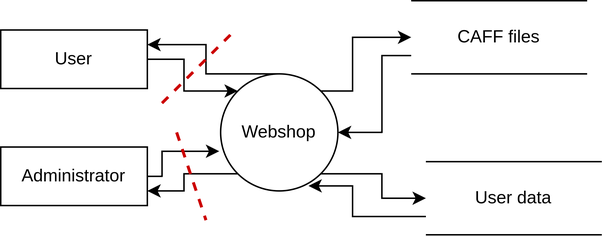
The draw.io diagram doc/img/system-context.png in AdamZsofi/thyme-compsec, before a commit. Source tidied: cells renumbered, new cells last; positions are measured from the earlier drawing's top-left corner, leaving out a move shared by most shapes. Source of this version:
```xml
<mxGraphModel>
  <root>
    <mxCell id="0" />
    <mxCell id="1" parent="0" />
    <mxCell id="2" style="edgeStyle=orthogonalEdgeStyle;rounded=0;jettySize=auto;html=1;exitX=1;exitY=0;exitDx=0;exitDy=0;entryX=0;entryY=0.5;entryDx=0;entryDy=0;" parent="1" edge="1" source="6" target="10">
      <mxGeometry relative="1" as="geometry">
        <Array as="points">
          <mxPoint x="240" y="62" />
          <mxPoint x="240" y="25" />
        </Array>
      </mxGeometry>
    </mxCell>
    <mxCell id="3" style="edgeStyle=orthogonalEdgeStyle;rounded=0;jettySize=auto;html=1;exitX=1;exitY=1;exitDx=0;exitDy=0;entryX=0;entryY=0.5;entryDx=0;entryDy=0;" parent="1" edge="1" source="6" target="16">
      <mxGeometry relative="1" as="geometry" />
    </mxCell>
    <mxCell id="4" style="edgeStyle=orthogonalEdgeStyle;rounded=0;jettySize=auto;html=1;exitX=0;exitY=1;exitDx=0;exitDy=0;entryX=1;entryY=0.75;entryDx=0;entryDy=0;" parent="1" edge="1" source="6" target="14">
      <mxGeometry relative="1" as="geometry" />
    </mxCell>
    <mxCell id="5" style="edgeStyle=orthogonalEdgeStyle;rounded=0;jettySize=auto;html=1;exitX=0.5;exitY=0;exitDx=0;exitDy=0;entryX=1;entryY=0.25;entryDx=0;entryDy=0;" parent="1" edge="1" source="6" target="8">
      <mxGeometry relative="1" as="geometry">
        <Array as="points">
          <mxPoint x="140" y="50" />
          <mxPoint x="140" y="30" />
        </Array>
      </mxGeometry>
    </mxCell>
    <mxCell id="6" value="Webshop" style="ellipse;whiteSpace=wrap;html=1;strokeWidth=1;" parent="1" vertex="1">
      <mxGeometry x="150" y="50" width="80" height="80" as="geometry" />
    </mxCell>
    <mxCell id="7" style="edgeStyle=orthogonalEdgeStyle;rounded=0;jettySize=auto;html=1;exitX=1;exitY=0.5;exitDx=0;exitDy=0;entryX=0;entryY=0;entryDx=0;entryDy=0;" parent="1" edge="1" source="8" target="6">
      <mxGeometry relative="1" as="geometry" />
    </mxCell>
    <mxCell id="8" value="User" style="rounded=0;whiteSpace=wrap;html=1;strokeWidth=1;" parent="1" vertex="1">
      <mxGeometry y="20" width="100" height="40" as="geometry" />
    </mxCell>
    <mxCell id="9" style="group;" parent="1" vertex="1">
      <mxGeometry x="280" width="120" height="50" as="geometry" />
    </mxCell>
    <mxCell id="10" value="CAFF files" style="rounded=0;whiteSpace=wrap;html=1;strokeWidth=1;strokeColor=none;" parent="9" vertex="1">
      <mxGeometry width="120" height="50" as="geometry" />
    </mxCell>
    <mxCell id="11" style="endArrow=none;html=1;rounded=0;entryX=0;entryY=0;entryDx=0;entryDy=0;exitX=1;exitY=0;exitDx=0;exitDy=0;" parent="9" edge="1" source="10" target="10">
      <mxGeometry relative="1" as="geometry" />
    </mxCell>
    <mxCell id="12" style="endArrow=none;html=1;rounded=0;entryX=1;entryY=1;entryDx=0;entryDy=0;exitX=0;exitY=1;exitDx=0;exitDy=0;" parent="9" edge="1" source="10" target="10">
      <mxGeometry relative="1" as="geometry" />
    </mxCell>
    <mxCell id="13" style="edgeStyle=orthogonalEdgeStyle;rounded=0;jettySize=auto;html=1;exitX=1;exitY=0.5;exitDx=0;exitDy=0;entryX=-0.012;entryY=0.661;entryDx=0;entryDy=0;entryPerimeter=0;" parent="1" edge="1" source="14" target="6">
      <mxGeometry relative="1" as="geometry">
        <Array as="points">
          <mxPoint x="110" y="120" />
          <mxPoint x="110" y="103" />
        </Array>
      </mxGeometry>
    </mxCell>
    <mxCell id="14" value="Administrator" style="rounded=0;whiteSpace=wrap;html=1;strokeWidth=1;" parent="1" vertex="1">
      <mxGeometry y="100" width="100" height="40" as="geometry" />
    </mxCell>
    <mxCell id="15" style="group;" parent="1" vertex="1">
      <mxGeometry x="290" y="110" width="120" height="50" as="geometry" />
    </mxCell>
    <mxCell id="16" value="User data" style="rounded=0;whiteSpace=wrap;html=1;strokeWidth=1;strokeColor=none;" parent="15" vertex="1">
      <mxGeometry width="120" height="50" as="geometry" />
    </mxCell>
    <mxCell id="17" style="endArrow=none;html=1;rounded=0;entryX=0;entryY=0;entryDx=0;entryDy=0;exitX=1;exitY=0;exitDx=0;exitDy=0;" parent="15" edge="1" source="16" target="16">
      <mxGeometry relative="1" as="geometry" />
    </mxCell>
    <mxCell id="18" style="endArrow=none;html=1;rounded=0;entryX=1;entryY=1;entryDx=0;entryDy=0;exitX=0;exitY=1;exitDx=0;exitDy=0;" parent="15" edge="1" source="16" target="16">
      <mxGeometry relative="1" as="geometry" />
    </mxCell>
    <mxCell id="19" style="edgeStyle=orthogonalEdgeStyle;rounded=0;jettySize=auto;html=1;exitX=0;exitY=0.75;exitDx=0;exitDy=0;entryX=1;entryY=0.5;entryDx=0;entryDy=0;" parent="1" edge="1" source="10" target="6">
      <mxGeometry relative="1" as="geometry">
        <Array as="points">
          <mxPoint x="260" y="38" />
          <mxPoint x="260" y="90" />
        </Array>
      </mxGeometry>
    </mxCell>
    <mxCell id="20" style="edgeStyle=orthogonalEdgeStyle;rounded=0;jettySize=auto;html=1;exitX=0;exitY=0.75;exitDx=0;exitDy=0;entryX=0.749;entryY=0.957;entryDx=0;entryDy=0;entryPerimeter=0;" parent="1" edge="1" source="16" target="6">
      <mxGeometry relative="1" as="geometry">
        <Array as="points">
          <mxPoint x="240" y="148" />
          <mxPoint x="240" y="127" />
        </Array>
      </mxGeometry>
    </mxCell>
    <mxCell id="21" style="endArrow=none;dashed=1;html=1;rounded=0;fillColor=#f8cecc;strokeColor=#CC0000;strokeWidth=2;jumpSize=3;" parent="1" edge="1">
      <mxGeometry relative="1" as="geometry">
        <mxPoint x="120" y="90" as="sourcePoint" />
        <mxPoint x="140" y="150" as="targetPoint" />
      </mxGeometry>
    </mxCell>
    <mxCell id="22" style="endArrow=none;dashed=1;html=1;rounded=0;fillColor=#f8cecc;strokeColor=#CC0000;strokeWidth=2;jumpSize=3;" parent="1" edge="1">
      <mxGeometry relative="1" as="geometry">
        <mxPoint x="110" y="70" as="sourcePoint" />
        <mxPoint x="160" y="20" as="targetPoint" />
      </mxGeometry>
    </mxCell>
  </root>
</mxGraphModel>
```
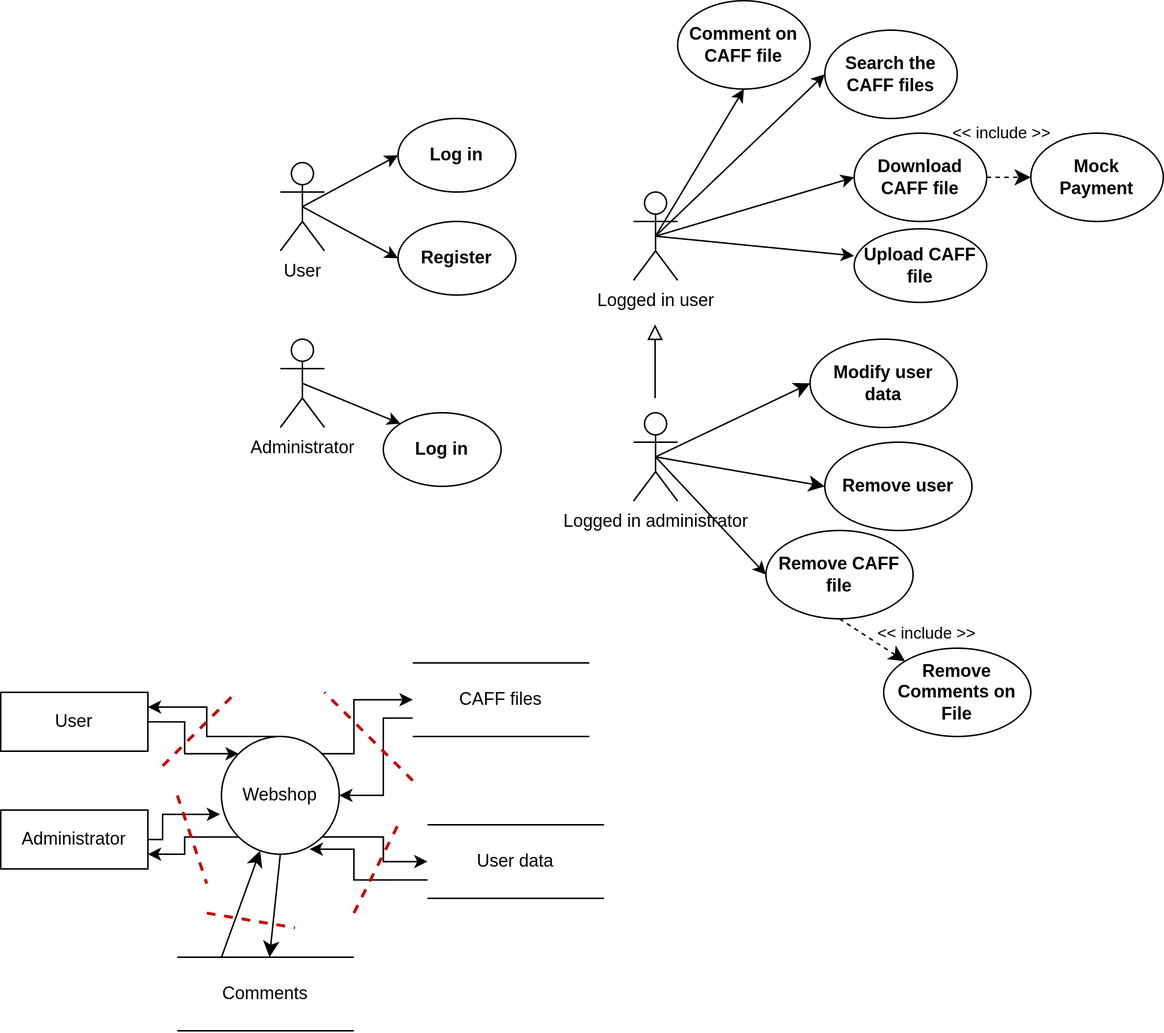
Above is the later version.

What changed in the source:
```diff
@@ -2,6 +2,27 @@
   <root>
     <mxCell id="0" />
     <mxCell id="1" parent="0" />
+    <mxCell id="23" style="rounded=0;jettySize=auto;html=1;exitX=0.5;exitY=0.5;exitDx=0;exitDy=0;exitPerimeter=0;entryX=0;entryY=0;entryDx=0;entryDy=0;" parent="1" edge="1" source="24" target="39">
+      <mxGeometry relative="1" as="geometry" />
+    </mxCell>
+    <mxCell id="24" value="Administrator" style="shape=umlActor;html=1;verticalLabelPosition=bottom;verticalAlign=top;align=center;" parent="1" vertex="1">
+      <mxGeometry x="190" y="-220" width="30" height="60" as="geometry" />
+    </mxCell>
+    <mxCell id="25" style="edgeStyle=none;rounded=0;jettySize=auto;html=1;exitX=0.5;exitY=0.5;exitDx=0;exitDy=0;exitPerimeter=0;entryX=0;entryY=0.5;entryDx=0;entryDy=0;" parent="1" edge="1" source="27" target="29">
+      <mxGeometry relative="1" as="geometry" />
+    </mxCell>
+    <mxCell id="26" style="edgeStyle=none;rounded=0;jettySize=auto;html=1;exitX=0.5;exitY=0.5;exitDx=0;exitDy=0;exitPerimeter=0;entryX=0;entryY=0.5;entryDx=0;entryDy=0;" parent="1" edge="1" source="27" target="28">
+      <mxGeometry relative="1" as="geometry" />
+    </mxCell>
+    <mxCell id="27" value="User" style="shape=umlActor;html=1;verticalLabelPosition=bottom;verticalAlign=top;align=center;" parent="1" vertex="1">
+      <mxGeometry x="190" y="-340" width="30" height="60" as="geometry" />
+    </mxCell>
+    <mxCell id="28" value="Register" style="shape=ellipse;html=1;strokeWidth=1;fontStyle=1;whiteSpace=wrap;align=center;perimeter=ellipsePerimeter;" parent="1" vertex="1">
+      <mxGeometry x="270" y="-300" width="80" height="50" as="geometry" />
+    </mxCell>
+    <mxCell id="29" value="Log in" style="shape=ellipse;html=1;strokeWidth=1;fontStyle=1;whiteSpace=wrap;align=center;perimeter=ellipsePerimeter;" parent="1" vertex="1">
+      <mxGeometry x="270" y="-370" width="80" height="50" as="geometry" />
+    </mxCell>
     <mxCell id="2" style="edgeStyle=orthogonalEdgeStyle;rounded=0;jettySize=auto;html=1;exitX=1;exitY=0;exitDx=0;exitDy=0;entryX=0;entryY=0.5;entryDx=0;entryDy=0;" parent="1" edge="1" source="6" target="10">
       <mxGeometry relative="1" as="geometry">
         <Array as="points">
@@ -24,6 +45,9 @@
         </Array>
       </mxGeometry>
     </mxCell>
+    <mxCell id="30" style="edgeStyle=none;rounded=0;jettySize=auto;html=1;exitX=0.5;exitY=1;exitDx=0;exitDy=0;strokeWidth=1;endArrow=classic;endFill=1;endSize=8;" parent="1" edge="1" source="6" target="62">
+      <mxGeometry relative="1" as="geometry" />
+    </mxCell>
     <mxCell id="6" value="Webshop" style="ellipse;whiteSpace=wrap;html=1;strokeWidth=1;" parent="1" vertex="1">
       <mxGeometry x="150" y="50" width="80" height="80" as="geometry" />
     </mxCell>
@@ -33,18 +57,18 @@
     <mxCell id="8" value="User" style="rounded=0;whiteSpace=wrap;html=1;strokeWidth=1;" parent="1" vertex="1">
       <mxGeometry y="20" width="100" height="40" as="geometry" />
     </mxCell>
-    <mxCell id="9" style="group;" parent="1" vertex="1">
-      <mxGeometry x="280" width="120" height="50" as="geometry" />
-    </mxCell>
+    <mxCell id="31" style="group;" parent="1" vertex="1">
+      <mxGeometry x="280" width="120" height="50" as="geometry" />
+    </mxCell>
-    <mxCell id="10" value="CAFF files" style="rounded=0;whiteSpace=wrap;html=1;strokeWidth=1;strokeColor=none;" parent="9" vertex="1">
+    <mxCell id="10" value="CAFF files" style="rounded=0;whiteSpace=wrap;html=1;strokeWidth=1;strokeColor=none;" parent="31" vertex="1">
       <mxGeometry width="120" height="50" as="geometry" />
     </mxCell>
-    <mxCell id="11" style="endArrow=none;html=1;rounded=0;entryX=0;entryY=0;entryDx=0;entryDy=0;exitX=1;exitY=0;exitDx=0;exitDy=0;" parent="9" edge="1" source="10" target="10">
-      <mxGeometry relative="1" as="geometry" />
-    </mxCell>
-    <mxCell id="12" style="endArrow=none;html=1;rounded=0;entryX=1;entryY=1;entryDx=0;entryDy=0;exitX=0;exitY=1;exitDx=0;exitDy=0;" parent="9" edge="1" source="10" target="10">
-      <mxGeometry relative="1" as="geometry" />
-    </mxCell>
+    <mxCell id="32" style="endArrow=none;html=1;rounded=0;entryX=0;entryY=0;entryDx=0;entryDy=0;exitX=1;exitY=0;exitDx=0;exitDy=0;" parent="31" edge="1" source="10" target="10">
+      <mxGeometry relative="1" as="geometry" />
+    </mxCell>
+    <mxCell id="33" style="endArrow=none;html=1;rounded=0;entryX=1;entryY=1;entryDx=0;entryDy=0;exitX=0;exitY=1;exitDx=0;exitDy=0;" parent="31" edge="1" source="10" target="10">
+      <mxGeometry relative="1" as="geometry" />
+    </mxCell>
     <mxCell id="13" style="edgeStyle=orthogonalEdgeStyle;rounded=0;jettySize=auto;html=1;exitX=1;exitY=0.5;exitDx=0;exitDy=0;entryX=-0.012;entryY=0.661;entryDx=0;entryDy=0;entryPerimeter=0;" parent="1" edge="1" source="14" target="6">
       <mxGeometry relative="1" as="geometry">
         <Array as="points">
@@ -56,18 +80,18 @@
     <mxCell id="14" value="Administrator" style="rounded=0;whiteSpace=wrap;html=1;strokeWidth=1;" parent="1" vertex="1">
       <mxGeometry y="100" width="100" height="40" as="geometry" />
     </mxCell>
-    <mxCell id="15" style="group;" parent="1" vertex="1">
-      <mxGeometry x="290" y="110" width="120" height="50" as="geometry" />
-    </mxCell>
+    <mxCell id="34" style="group;" parent="1" vertex="1">
+      <mxGeometry x="290" y="110" width="120" height="50" as="geometry" />
+    </mxCell>
-    <mxCell id="16" value="User data" style="rounded=0;whiteSpace=wrap;html=1;strokeWidth=1;strokeColor=none;" parent="15" vertex="1">
+    <mxCell id="16" value="User data" style="rounded=0;whiteSpace=wrap;html=1;strokeWidth=1;strokeColor=none;" parent="34" vertex="1">
       <mxGeometry width="120" height="50" as="geometry" />
     </mxCell>
-    <mxCell id="17" style="endArrow=none;html=1;rounded=0;entryX=0;entryY=0;entryDx=0;entryDy=0;exitX=1;exitY=0;exitDx=0;exitDy=0;" parent="15" edge="1" source="16" target="16">
-      <mxGeometry relative="1" as="geometry" />
-    </mxCell>
-    <mxCell id="18" style="endArrow=none;html=1;rounded=0;entryX=1;entryY=1;entryDx=0;entryDy=0;exitX=0;exitY=1;exitDx=0;exitDy=0;" parent="15" edge="1" source="16" target="16">
-      <mxGeometry relative="1" as="geometry" />
-    </mxCell>
+    <mxCell id="35" style="endArrow=none;html=1;rounded=0;entryX=0;entryY=0;entryDx=0;entryDy=0;exitX=1;exitY=0;exitDx=0;exitDy=0;" parent="34" edge="1" source="16" target="16">
+      <mxGeometry relative="1" as="geometry" />
+    </mxCell>
+    <mxCell id="36" style="endArrow=none;html=1;rounded=0;entryX=1;entryY=1;entryDx=0;entryDy=0;exitX=0;exitY=1;exitDx=0;exitDy=0;" parent="34" edge="1" source="16" target="16">
+      <mxGeometry relative="1" as="geometry" />
+    </mxCell>
     <mxCell id="19" style="edgeStyle=orthogonalEdgeStyle;rounded=0;jettySize=auto;html=1;exitX=0;exitY=0.75;exitDx=0;exitDy=0;entryX=1;entryY=0.5;entryDx=0;entryDy=0;" parent="1" edge="1" source="10" target="6">
       <mxGeometry relative="1" as="geometry">
         <Array as="points">
@@ -84,17 +108,121 @@
         </Array>
       </mxGeometry>
     </mxCell>
-    <mxCell id="21" style="endArrow=none;dashed=1;html=1;rounded=0;fillColor=#f8cecc;strokeColor=#CC0000;strokeWidth=2;jumpSize=3;" parent="1" edge="1">
-      <mxGeometry relative="1" as="geometry">
-        <mxPoint x="120" y="90" as="sourcePoint" />
-        <mxPoint x="140" y="150" as="targetPoint" />
-      </mxGeometry>
-    </mxCell>
-    <mxCell id="22" style="endArrow=none;dashed=1;html=1;rounded=0;fillColor=#f8cecc;strokeColor=#CC0000;strokeWidth=2;jumpSize=3;" parent="1" edge="1">
-      <mxGeometry relative="1" as="geometry">
-        <mxPoint x="110" y="70" as="sourcePoint" />
-        <mxPoint x="160" y="20" as="targetPoint" />
-      </mxGeometry>
-    </mxCell>
+    <mxCell id="37" style="endArrow=none;dashed=1;html=1;rounded=0;fillColor=#f8cecc;strokeColor=#CC0000;strokeWidth=2;jumpSize=3;" parent="1" edge="1">
+      <mxGeometry relative="1" as="geometry">
+        <mxPoint x="120" y="90" as="sourcePoint" />
+        <mxPoint x="140" y="150" as="targetPoint" />
+      </mxGeometry>
+    </mxCell>
+    <mxCell id="38" style="endArrow=none;dashed=1;html=1;rounded=0;fillColor=#f8cecc;strokeColor=#CC0000;strokeWidth=2;jumpSize=3;" parent="1" edge="1">
+      <mxGeometry relative="1" as="geometry">
+        <mxPoint x="110" y="70" as="sourcePoint" />
+        <mxPoint x="160" y="20" as="targetPoint" />
+      </mxGeometry>
+    </mxCell>
+    <mxCell id="39" value="Log in" style="shape=ellipse;html=1;strokeWidth=1;fontStyle=1;whiteSpace=wrap;align=center;perimeter=ellipsePerimeter;" parent="1" vertex="1">
+      <mxGeometry x="260" y="-170" width="80" height="50" as="geometry" />
+    </mxCell>
+    <mxCell id="40" value="&amp;lt;&amp;lt; include &amp;gt;&amp;gt;" style="edgeStyle=none;rounded=0;jettySize=auto;html=1;exitX=1;exitY=0.5;exitDx=0;exitDy=0;entryX=0;entryY=0.5;entryDx=0;entryDy=0;strokeWidth=1;endArrow=classic;endFill=1;endSize=8;dashed=1;" parent="1" edge="1" source="41" target="56">
+      <mxGeometry x="-0.33" y="30" relative="1" as="geometry" />
+    </mxCell>
+    <mxCell id="41" value="Download CAFF file" style="shape=ellipse;html=1;strokeWidth=1;fontStyle=1;whiteSpace=wrap;align=center;perimeter=ellipsePerimeter;" parent="1" vertex="1">
+      <mxGeometry x="580" y="-360" width="90" height="60" as="geometry" />
+    </mxCell>
+    <mxCell id="42" style="edgeStyle=none;rounded=0;jettySize=auto;html=1;exitX=0.5;exitY=0.5;exitDx=0;exitDy=0;exitPerimeter=0;entryX=0;entryY=0.5;entryDx=0;entryDy=0;" parent="1" edge="1" source="45" target="54">
+      <mxGeometry relative="1" as="geometry" />
+    </mxCell>
+    <mxCell id="43" style="edgeStyle=none;rounded=0;jettySize=auto;html=1;exitX=0.5;exitY=0.5;exitDx=0;exitDy=0;exitPerimeter=0;entryX=0;entryY=0.5;entryDx=0;entryDy=0;strokeWidth=1;endArrow=classic;endFill=1;endSize=8;" parent="1" edge="1" source="45" target="57">
+      <mxGeometry relative="1" as="geometry" />
+    </mxCell>
+    <mxCell id="44" style="edgeStyle=none;rounded=0;jettySize=auto;html=1;exitX=0.5;exitY=0.5;exitDx=0;exitDy=0;exitPerimeter=0;entryX=0;entryY=0.5;entryDx=0;entryDy=0;strokeWidth=1;endArrow=classic;endFill=1;endSize=8;" parent="1" edge="1" source="45" target="60">
+      <mxGeometry relative="1" as="geometry" />
+    </mxCell>
+    <mxCell id="45" value="Logged in administrator" style="shape=umlActor;html=1;verticalLabelPosition=bottom;verticalAlign=top;align=center;" parent="1" vertex="1">
+      <mxGeometry x="430" y="-170" width="30" height="60" as="geometry" />
+    </mxCell>
+    <mxCell id="46" style="edgeStyle=none;rounded=0;jettySize=auto;html=1;exitX=0.5;exitY=0.5;exitDx=0;exitDy=0;exitPerimeter=0;entryX=-0.001;entryY=0.367;entryDx=0;entryDy=0;entryPerimeter=0;" parent="1" edge="1" source="50" target="51">
+      <mxGeometry relative="1" as="geometry" />
+    </mxCell>
+    <mxCell id="47" style="edgeStyle=none;rounded=0;jettySize=auto;html=1;exitX=0.5;exitY=0.5;exitDx=0;exitDy=0;exitPerimeter=0;entryX=0;entryY=0.5;entryDx=0;entryDy=0;" parent="1" edge="1" source="50" target="41">
+      <mxGeometry relative="1" as="geometry" />
+    </mxCell>
+    <mxCell id="48" style="edgeStyle=none;rounded=0;jettySize=auto;html=1;exitX=0.5;exitY=0.5;exitDx=0;exitDy=0;exitPerimeter=0;entryX=0;entryY=0.5;entryDx=0;entryDy=0;" parent="1" edge="1" source="50" target="52">
+      <mxGeometry relative="1" as="geometry" />
+    </mxCell>
+    <mxCell id="49" style="edgeStyle=none;rounded=0;jettySize=auto;html=1;exitX=0.5;exitY=0.5;exitDx=0;exitDy=0;exitPerimeter=0;entryX=0.5;entryY=1;entryDx=0;entryDy=0;" parent="1" edge="1" source="50" target="53">
+      <mxGeometry relative="1" as="geometry" />
+    </mxCell>
+    <mxCell id="50" value="Logged in user" style="shape=umlActor;html=1;verticalLabelPosition=bottom;verticalAlign=top;align=center;" parent="1" vertex="1">
+      <mxGeometry x="430" y="-320" width="30" height="60" as="geometry" />
+    </mxCell>
+    <mxCell id="51" value="Upload CAFF file" style="shape=ellipse;html=1;strokeWidth=1;fontStyle=1;whiteSpace=wrap;align=center;perimeter=ellipsePerimeter;" parent="1" vertex="1">
+      <mxGeometry x="580" y="-295" width="90" height="50" as="geometry" />
+    </mxCell>
+    <mxCell id="52" value="Search the CAFF files" style="shape=ellipse;html=1;strokeWidth=1;fontStyle=1;whiteSpace=wrap;align=center;perimeter=ellipsePerimeter;" parent="1" vertex="1">
+      <mxGeometry x="560" y="-430" width="90" height="60" as="geometry" />
+    </mxCell>
+    <mxCell id="53" value="Comment on CAFF file" style="shape=ellipse;html=1;strokeWidth=1;fontStyle=1;whiteSpace=wrap;align=center;perimeter=ellipsePerimeter;" parent="1" vertex="1">
+      <mxGeometry x="460" y="-450" width="90" height="60" as="geometry" />
+    </mxCell>
+    <mxCell id="54" value="Remove CAFF file" style="shape=ellipse;html=1;strokeWidth=1;fontStyle=1;whiteSpace=wrap;align=center;perimeter=ellipsePerimeter;" parent="1" vertex="1">
+      <mxGeometry x="520" y="-90" width="100" height="60" as="geometry" />
+    </mxCell>
+    <mxCell id="55" style="endArrow=block;html=1;rounded=0;endFill=0;strokeWidth=1;endSize=8;" parent="1" edge="1">
+      <mxGeometry relative="1" as="geometry">
+        <mxPoint x="444.7" y="-180" as="sourcePoint" />
+        <mxPoint x="444.7" y="-230" as="targetPoint" />
+      </mxGeometry>
+    </mxCell>
+    <mxCell id="56" value="Mock &lt;br&gt;Payment" style="shape=ellipse;html=1;strokeWidth=1;fontStyle=1;whiteSpace=wrap;align=center;perimeter=ellipsePerimeter;" parent="1" vertex="1">
+      <mxGeometry x="700" y="-360" width="90" height="60" as="geometry" />
+    </mxCell>
+    <mxCell id="57" value="Remove user" style="shape=ellipse;html=1;strokeWidth=1;fontStyle=1;whiteSpace=wrap;align=center;perimeter=ellipsePerimeter;" parent="1" vertex="1">
+      <mxGeometry x="560" y="-150" width="100" height="60" as="geometry" />
+    </mxCell>
+    <mxCell id="58" value="Remove Comments on File" style="shape=ellipse;html=1;strokeWidth=1;fontStyle=1;whiteSpace=wrap;align=center;perimeter=ellipsePerimeter;" parent="1" vertex="1">
+      <mxGeometry x="600" y="-10" width="100" height="60" as="geometry" />
+    </mxCell>
+    <mxCell id="59" value="&amp;lt;&amp;lt; include &amp;gt;&amp;gt;" style="edgeStyle=none;rounded=0;jettySize=auto;html=1;exitX=0.5;exitY=1;exitDx=0;exitDy=0;entryX=0;entryY=0;entryDx=0;entryDy=0;strokeWidth=1;endArrow=classic;endFill=1;endSize=8;dashed=1;" parent="1" edge="1" source="54" target="58">
+      <mxGeometry x="1" y="24" relative="1" as="geometry">
+        <mxPoint x="2" y="1" as="offset" />
+      </mxGeometry>
+    </mxCell>
+    <mxCell id="60" value="Modify user &lt;br&gt;data" style="shape=ellipse;html=1;strokeWidth=1;fontStyle=1;whiteSpace=wrap;align=center;perimeter=ellipsePerimeter;" parent="1" vertex="1">
+      <mxGeometry x="550" y="-220" width="100" height="60" as="geometry" />
+    </mxCell>
+    <mxCell id="61" style="group;" parent="1" vertex="1">
+      <mxGeometry x="120" y="200" width="120" height="50" as="geometry" />
+    </mxCell>
+    <mxCell id="62" value="Comments" style="rounded=0;whiteSpace=wrap;html=1;strokeWidth=1;strokeColor=none;" parent="61" vertex="1">
+      <mxGeometry width="120" height="50" as="geometry" />
+    </mxCell>
+    <mxCell id="63" style="endArrow=none;html=1;rounded=0;entryX=0;entryY=0;entryDx=0;entryDy=0;exitX=1;exitY=0;exitDx=0;exitDy=0;" parent="61" edge="1" source="62" target="62">
+      <mxGeometry relative="1" as="geometry" />
+    </mxCell>
+    <mxCell id="64" style="endArrow=none;html=1;rounded=0;entryX=1;entryY=1;entryDx=0;entryDy=0;exitX=0;exitY=1;exitDx=0;exitDy=0;" parent="61" edge="1" source="62" target="62">
+      <mxGeometry relative="1" as="geometry" />
+    </mxCell>
+    <mxCell id="65" style="edgeStyle=none;rounded=0;jettySize=auto;html=1;exitX=0.25;exitY=0;exitDx=0;exitDy=0;strokeWidth=1;endArrow=classic;endFill=1;endSize=8;" parent="1" edge="1" source="62" target="6">
+      <mxGeometry relative="1" as="geometry" />
+    </mxCell>
+    <mxCell id="66" style="endArrow=none;dashed=1;html=1;rounded=0;fillColor=#f8cecc;strokeColor=#CC0000;strokeWidth=2;jumpSize=3;" parent="1" edge="1">
+      <mxGeometry relative="1" as="geometry">
+        <mxPoint x="280" y="80" as="sourcePoint" />
+        <mxPoint x="220" y="20" as="targetPoint" />
+      </mxGeometry>
+    </mxCell>
+    <mxCell id="67" style="endArrow=none;dashed=1;html=1;rounded=0;fillColor=#f8cecc;strokeColor=#CC0000;strokeWidth=2;jumpSize=3;" parent="1" edge="1">
+      <mxGeometry relative="1" as="geometry">
+        <mxPoint x="240" y="170" as="sourcePoint" />
+        <mxPoint x="270" y="110" as="targetPoint" />
+      </mxGeometry>
+    </mxCell>
+    <mxCell id="68" style="endArrow=none;dashed=1;html=1;rounded=0;fillColor=#f8cecc;strokeColor=#CC0000;strokeWidth=2;jumpSize=3;" parent="1" edge="1">
+      <mxGeometry relative="1" as="geometry">
+        <mxPoint x="140" y="170" as="sourcePoint" />
+        <mxPoint x="200" y="180" as="targetPoint" />
+      </mxGeometry>
+    </mxCell>
   </root>
 </mxGraphModel>
```
